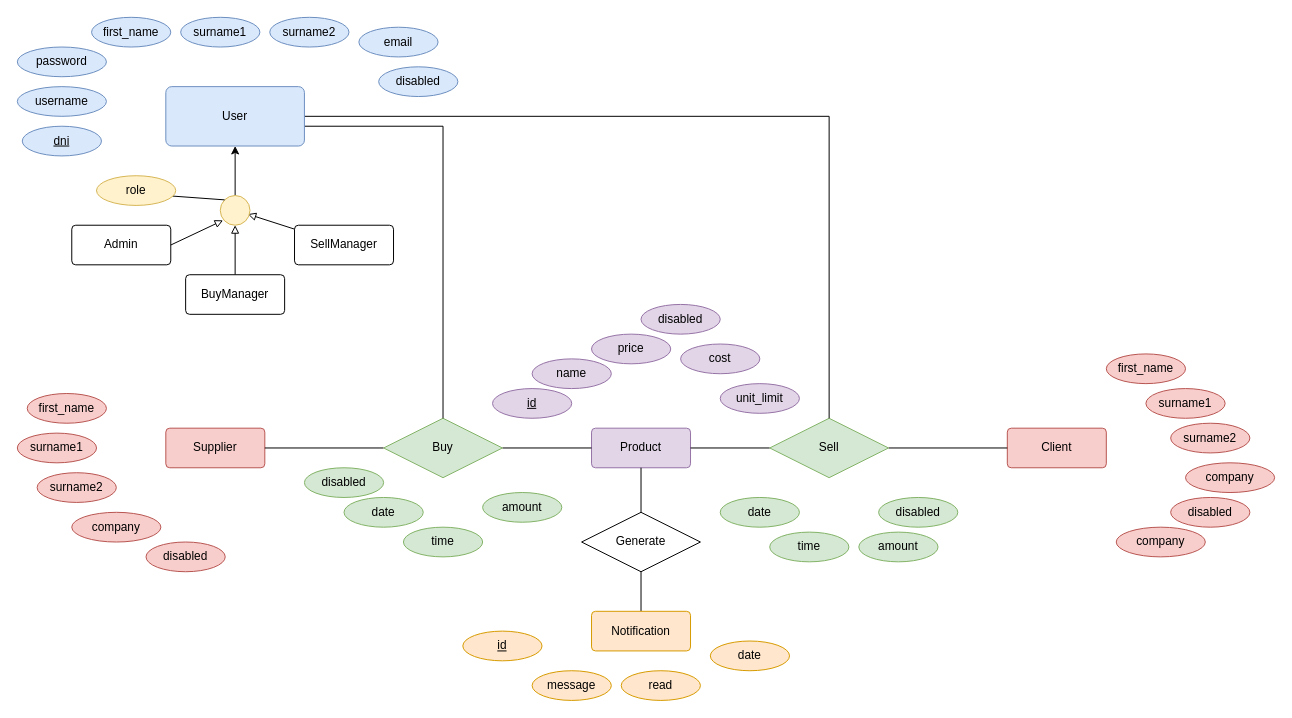
The draw.io diagram db/ER model.drawio in josecamporivas/stock-manager, before the edit. Source tidied: cells renumbered, new cells numbered last; positions are measured from the earlier drawing's top-left corner, leaving out a move shared by most shapes. Both pictures are drawn from the tidied source at 99%, with x=0, y=0 at pixel (17, 17).
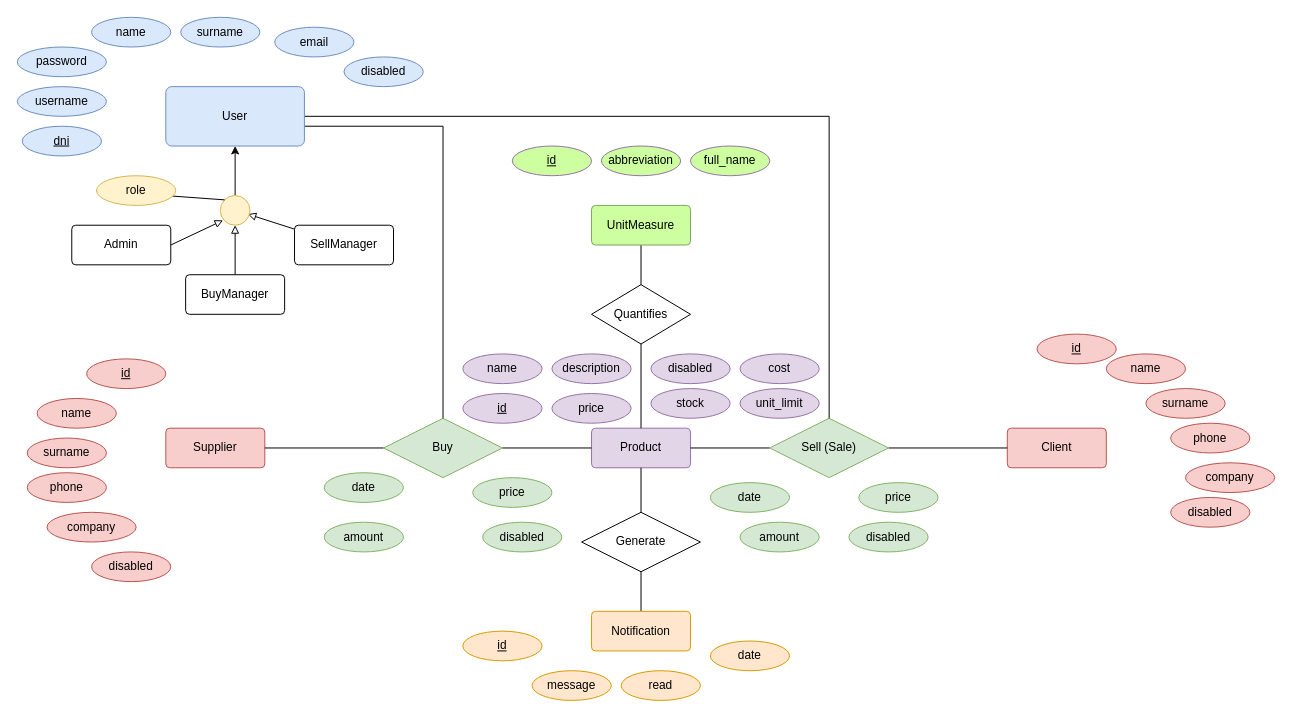
The same page after the edit.

The change refers to these unchanged cells:
```xml
<mxCell id="2" value="Product" style="rounded=1;arcSize=10;whiteSpace=wrap;html=1;align=center;fillColor=#e1d5e7;strokeColor=#9673a6;" parent="1" vertex="1">
  <mxGeometry x="580" y="415" width="100" height="40" as="geometry" />
</mxCell>
```

What changed in the source:
```diff
@@
-    <mxCell id="10" value="Sell" style="shape=rhombus;perimeter=rhombusPerimeter;whiteSpace=wrap;html=1;align=center;fillColor=#d5e8d4;strokeColor=#82b366;" parent="1" vertex="1">
+    <mxCell id="10" value="Sell (Sale)" style="shape=rhombus;perimeter=rhombusPerimeter;whiteSpace=wrap;html=1;align=center;fillColor=#d5e8d4;strokeColor=#82b366;" parent="1" vertex="1">
       <mxGeometry x="760" y="405" width="120" height="60" as="geometry" />
     </mxCell>
@@
-    <mxCell id="21" value="first_name" style="ellipse;whiteSpace=wrap;html=1;align=center;fillColor=#dae8fc;strokeColor=#6c8ebf;" parent="1" vertex="1">
+    <mxCell id="21" value="name" style="ellipse;whiteSpace=wrap;html=1;align=center;fillColor=#dae8fc;strokeColor=#6c8ebf;" parent="1" vertex="1">
       <mxGeometry x="75" width="80" height="30" as="geometry" />
     </mxCell>
-    <mxCell id="22" value="surname1" style="ellipse;whiteSpace=wrap;html=1;align=center;fillColor=#dae8fc;strokeColor=#6c8ebf;" parent="1" vertex="1">
+    <mxCell id="22" value="surname" style="ellipse;whiteSpace=wrap;html=1;align=center;fillColor=#dae8fc;strokeColor=#6c8ebf;" parent="1" vertex="1">
       <mxGeometry x="165" width="80" height="30" as="geometry" />
     </mxCell>
-    <mxCell id="23" value="surname2" style="ellipse;whiteSpace=wrap;html=1;align=center;fillColor=#dae8fc;strokeColor=#6c8ebf;" parent="1" vertex="1">
-      <mxGeometry x="255" width="80" height="30" as="geometry" />
-    </mxCell>
     <mxCell id="24" value="email" style="ellipse;whiteSpace=wrap;html=1;align=center;fillColor=#dae8fc;strokeColor=#6c8ebf;" parent="1" vertex="1">
-      <mxGeometry x="345" y="10" width="80" height="30" as="geometry" />
+      <mxGeometry x="260" y="10" width="80" height="30" as="geometry" />
     </mxCell>
@@
-    <mxCell id="33" value="company" style="ellipse;whiteSpace=wrap;html=1;align=center;fillColor=#f8cecc;strokeColor=#b85450;" parent="1" vertex="1">
-      <mxGeometry x="55" y="500" width="90" height="30" as="geometry" />
-    </mxCell>
-    <mxCell id="34" value="company" style="ellipse;whiteSpace=wrap;html=1;align=center;fillColor=#f8cecc;strokeColor=#b85450;" parent="1" vertex="1">
-      <mxGeometry x="1110" y="515" width="90" height="30" as="geometry" />
-    </mxCell>
@@
     <mxCell id="38" value="disabled" style="ellipse;whiteSpace=wrap;html=1;align=center;fillColor=#dae8fc;strokeColor=#6c8ebf;" parent="1" vertex="1">
-      <mxGeometry x="365" y="50" width="80" height="30" as="geometry" />
+      <mxGeometry x="330" y="40" width="80" height="30" as="geometry" />
     </mxCell>
     <mxCell id="39" value="date" style="ellipse;whiteSpace=wrap;html=1;align=center;fillColor=#d5e8d4;strokeColor=#82b366;" parent="1" vertex="1">
-      <mxGeometry x="330" y="485" width="80" height="30" as="geometry" />
+      <mxGeometry x="310" y="460" width="80" height="30" as="geometry" />
     </mxCell>
-    <mxCell id="40" value="time" style="ellipse;whiteSpace=wrap;html=1;align=center;fillColor=#d5e8d4;strokeColor=#82b366;" parent="1" vertex="1">
-      <mxGeometry x="390" y="515" width="80" height="30" as="geometry" />
-    </mxCell>
     <mxCell id="41" value="date" style="ellipse;whiteSpace=wrap;html=1;align=center;fillColor=#d5e8d4;strokeColor=#82b366;" parent="1" vertex="1">
-      <mxGeometry x="710" y="485" width="80" height="30" as="geometry" />
+      <mxGeometry x="700" y="470" width="80" height="30" as="geometry" />
     </mxCell>
-    <mxCell id="42" value="time" style="ellipse;whiteSpace=wrap;html=1;align=center;fillColor=#d5e8d4;strokeColor=#82b366;" parent="1" vertex="1">
-      <mxGeometry x="760" y="520" width="80" height="30" as="geometry" />
-    </mxCell>
     <mxCell id="43" value="amount" style="ellipse;whiteSpace=wrap;html=1;align=center;fillColor=#d5e8d4;strokeColor=#82b366;" parent="1" vertex="1">
-      <mxGeometry x="470" y="480" width="80" height="30" as="geometry" />
+      <mxGeometry x="310" y="510" width="80" height="30" as="geometry" />
     </mxCell>
     <mxCell id="44" value="amount" style="ellipse;whiteSpace=wrap;html=1;align=center;fillColor=#d5e8d4;strokeColor=#82b366;" parent="1" vertex="1">
-      <mxGeometry x="850" y="520" width="80" height="30" as="geometry" />
+      <mxGeometry x="730" y="510" width="80" height="30" as="geometry" />
     </mxCell>
     <mxCell id="45" value="name" style="ellipse;whiteSpace=wrap;html=1;align=center;fillColor=#e1d5e7;strokeColor=#9673a6;" parent="1" vertex="1">
-      <mxGeometry x="520" y="345" width="80" height="30" as="geometry" />
+      <mxGeometry x="450" y="340" width="80" height="30" as="geometry" />
     </mxCell>
     <mxCell id="46" value="&lt;u&gt;id&lt;/u&gt;" style="ellipse;whiteSpace=wrap;html=1;align=center;fillColor=#e1d5e7;strokeColor=#9673a6;" parent="1" vertex="1">
-      <mxGeometry x="480" y="375" width="80" height="30" as="geometry" />
+      <mxGeometry x="450" y="380" width="80" height="30" as="geometry" />
     </mxCell>
     <mxCell id="47" value="price" style="ellipse;whiteSpace=wrap;html=1;align=center;fillColor=#e1d5e7;strokeColor=#9673a6;" parent="1" vertex="1">
-      <mxGeometry x="580" y="320" width="80" height="30" as="geometry" />
+      <mxGeometry x="540" y="380" width="80" height="30" as="geometry" />
     </mxCell>
     <mxCell id="48" value="cost" style="ellipse;whiteSpace=wrap;html=1;align=center;fillColor=#e1d5e7;strokeColor=#9673a6;" parent="1" vertex="1">
-      <mxGeometry x="670" y="330" width="80" height="30" as="geometry" />
+      <mxGeometry x="730" y="340" width="80" height="30" as="geometry" />
     </mxCell>
     <mxCell id="49" value="unit_limit" style="ellipse;whiteSpace=wrap;html=1;align=center;fillColor=#e1d5e7;strokeColor=#9673a6;" parent="1" vertex="1">
-      <mxGeometry x="710" y="370" width="80" height="30" as="geometry" />
+      <mxGeometry x="730" y="375" width="80" height="30" as="geometry" />
     </mxCell>
-    <mxCell id="50" value="first_name" style="ellipse;whiteSpace=wrap;html=1;align=center;fillColor=#f8cecc;strokeColor=#b85450;" parent="1" vertex="1">
-      <mxGeometry x="10" y="380" width="80" height="30" as="geometry" />
-    </mxCell>
-    <mxCell id="51" value="surname1" style="ellipse;whiteSpace=wrap;html=1;align=center;fillColor=#f8cecc;strokeColor=#b85450;" parent="1" vertex="1">
-      <mxGeometry y="420" width="80" height="30" as="geometry" />
-    </mxCell>
-    <mxCell id="52" value="surname2" style="ellipse;whiteSpace=wrap;html=1;align=center;fillColor=#f8cecc;strokeColor=#b85450;" parent="1" vertex="1">
-      <mxGeometry x="20" y="460" width="80" height="30" as="geometry" />
-    </mxCell>
-    <mxCell id="53" value="disabled" style="ellipse;whiteSpace=wrap;html=1;align=center;fillColor=#f8cecc;strokeColor=#b85450;" parent="1" vertex="1">
-      <mxGeometry x="130" y="530" width="80" height="30" as="geometry" />
-    </mxCell>
     <mxCell id="54" value="disabled" style="ellipse;whiteSpace=wrap;html=1;align=center;fillColor=#d5e8d4;strokeColor=#82b366;" parent="1" vertex="1">
-      <mxGeometry x="290" y="455" width="80" height="30" as="geometry" />
+      <mxGeometry x="470" y="510" width="80" height="30" as="geometry" />
     </mxCell>
     <mxCell id="55" value="disabled" style="ellipse;whiteSpace=wrap;html=1;align=center;fillColor=#e1d5e7;strokeColor=#9673a6;" parent="1" vertex="1">
-      <mxGeometry x="630" y="290" width="80" height="30" as="geometry" />
+      <mxGeometry x="640" y="340" width="80" height="30" as="geometry" />
     </mxCell>
     <mxCell id="56" value="disabled" style="ellipse;whiteSpace=wrap;html=1;align=center;fillColor=#d5e8d4;strokeColor=#82b366;" parent="1" vertex="1">
-      <mxGeometry x="870" y="485" width="80" height="30" as="geometry" />
+      <mxGeometry x="840" y="510" width="80" height="30" as="geometry" />
     </mxCell>
@@
-    <mxCell id="58" value="first_name" style="ellipse;whiteSpace=wrap;html=1;align=center;fillColor=#f8cecc;strokeColor=#b85450;" parent="1" vertex="1">
+    <mxCell id="58" value="name" style="ellipse;whiteSpace=wrap;html=1;align=center;fillColor=#f8cecc;strokeColor=#b85450;" parent="1" vertex="1">
       <mxGeometry x="1100" y="340" width="80" height="30" as="geometry" />
     </mxCell>
-    <mxCell id="59" value="surname1" style="ellipse;whiteSpace=wrap;html=1;align=center;fillColor=#f8cecc;strokeColor=#b85450;" parent="1" vertex="1">
+    <mxCell id="59" value="surname" style="ellipse;whiteSpace=wrap;html=1;align=center;fillColor=#f8cecc;strokeColor=#b85450;" parent="1" vertex="1">
       <mxGeometry x="1140" y="375" width="80" height="30" as="geometry" />
     </mxCell>
-    <mxCell id="60" value="surname2" style="ellipse;whiteSpace=wrap;html=1;align=center;fillColor=#f8cecc;strokeColor=#b85450;" parent="1" vertex="1">
-      <mxGeometry x="1165" y="410" width="80" height="30" as="geometry" />
-    </mxCell>
@@
+    <mxCell id="65" value="stock" style="ellipse;whiteSpace=wrap;html=1;align=center;fillColor=#e1d5e7;strokeColor=#9673a6;" parent="1" vertex="1">
+      <mxGeometry x="640" y="375" width="80" height="30" as="geometry" />
+    </mxCell>
+    <mxCell id="66" value="description" style="ellipse;whiteSpace=wrap;html=1;align=center;fillColor=#e1d5e7;strokeColor=#9673a6;" parent="1" vertex="1">
+      <mxGeometry x="540" y="340" width="80" height="30" as="geometry" />
+    </mxCell>
+    <mxCell id="67" style="rounded=0;jettySize=auto;html=1;entryX=0.5;entryY=0;entryDx=0;entryDy=0;endArrow=none;endFill=0;" parent="1" edge="1" source="68" target="70">
+      <mxGeometry relative="1" as="geometry" />
+    </mxCell>
+    <mxCell id="68" value="UnitMeasure" style="rounded=1;arcSize=10;whiteSpace=wrap;html=1;align=center;fillColor=#CDFFA1;strokeColor=#81A165;" parent="1" vertex="1">
+      <mxGeometry x="580" y="190" width="100" height="40" as="geometry" />
+    </mxCell>
+    <mxCell id="69" style="rounded=0;jettySize=auto;html=1;entryX=0.5;entryY=0;entryDx=0;entryDy=0;endArrow=none;endFill=0;" parent="1" edge="1" source="70" target="2">
+      <mxGeometry relative="1" as="geometry" />
+    </mxCell>
+    <mxCell id="70" value="Quantifies" style="rhombus;whiteSpace=wrap;html=1;" parent="1" vertex="1">
+      <mxGeometry x="580" y="270" width="100" height="60" as="geometry" />
+    </mxCell>
+    <mxCell id="71" value="&lt;u&gt;id&lt;/u&gt;" style="ellipse;whiteSpace=wrap;html=1;align=center;fillColor=#CDFFA1;strokeColor=#9673a6;" parent="1" vertex="1">
+      <mxGeometry x="500" y="130" width="80" height="30" as="geometry" />
+    </mxCell>
+    <mxCell id="72" value="abbreviation" style="ellipse;whiteSpace=wrap;html=1;align=center;fillColor=#CDFFA1;strokeColor=#9673a6;" parent="1" vertex="1">
+      <mxGeometry x="590" y="130" width="80" height="30" as="geometry" />
+    </mxCell>
+    <mxCell id="73" value="full_name" style="ellipse;whiteSpace=wrap;html=1;align=center;fillColor=#CDFFA1;strokeColor=#9673a6;" parent="1" vertex="1">
+      <mxGeometry x="680" y="130" width="80" height="30" as="geometry" />
+    </mxCell>
+    <mxCell id="74" value="&lt;u&gt;id&lt;/u&gt;" style="ellipse;whiteSpace=wrap;html=1;align=center;fillColor=#f8cecc;strokeColor=#b85450;" parent="1" vertex="1">
+      <mxGeometry x="1030" y="320" width="80" height="30" as="geometry" />
+    </mxCell>
+    <mxCell id="75" value="price" style="ellipse;whiteSpace=wrap;html=1;align=center;fillColor=#d5e8d4;strokeColor=#82b366;" parent="1" vertex="1">
+      <mxGeometry x="460" y="465" width="80" height="30" as="geometry" />
+    </mxCell>
+    <mxCell id="76" value="price" style="ellipse;whiteSpace=wrap;html=1;align=center;fillColor=#d5e8d4;strokeColor=#82b366;" parent="1" vertex="1">
+      <mxGeometry x="850" y="470" width="80" height="30" as="geometry" />
+    </mxCell>
+    <mxCell id="77" value="phone" style="ellipse;whiteSpace=wrap;html=1;align=center;fillColor=#f8cecc;strokeColor=#b85450;" parent="1" vertex="1">
+      <mxGeometry x="1165" y="410" width="80" height="30" as="geometry" />
+    </mxCell>
+    <mxCell id="78" value="company" style="ellipse;whiteSpace=wrap;html=1;align=center;fillColor=#f8cecc;strokeColor=#b85450;" parent="1" vertex="1">
+      <mxGeometry x="30" y="500" width="90" height="30" as="geometry" />
+    </mxCell>
+    <mxCell id="79" value="name" style="ellipse;whiteSpace=wrap;html=1;align=center;fillColor=#f8cecc;strokeColor=#b85450;" parent="1" vertex="1">
+      <mxGeometry x="20" y="385" width="80" height="30" as="geometry" />
+    </mxCell>
+    <mxCell id="80" value="surname" style="ellipse;whiteSpace=wrap;html=1;align=center;fillColor=#f8cecc;strokeColor=#b85450;" parent="1" vertex="1">
+      <mxGeometry x="10" y="425" width="80" height="30" as="geometry" />
+    </mxCell>
+    <mxCell id="53" value="disabled" style="ellipse;whiteSpace=wrap;html=1;align=center;fillColor=#f8cecc;strokeColor=#b85450;" parent="1" vertex="1">
+      <mxGeometry x="75" y="540" width="80" height="30" as="geometry" />
+    </mxCell>
+    <mxCell id="81" value="&lt;u&gt;id&lt;/u&gt;" style="ellipse;whiteSpace=wrap;html=1;align=center;fillColor=#f8cecc;strokeColor=#b85450;" parent="1" vertex="1">
+      <mxGeometry x="70" y="345" width="80" height="30" as="geometry" />
+    </mxCell>
+    <mxCell id="82" value="phone" style="ellipse;whiteSpace=wrap;html=1;align=center;fillColor=#f8cecc;strokeColor=#b85450;" parent="1" vertex="1">
+      <mxGeometry x="10" y="460" width="80" height="30" as="geometry" />
+    </mxCell>
```
